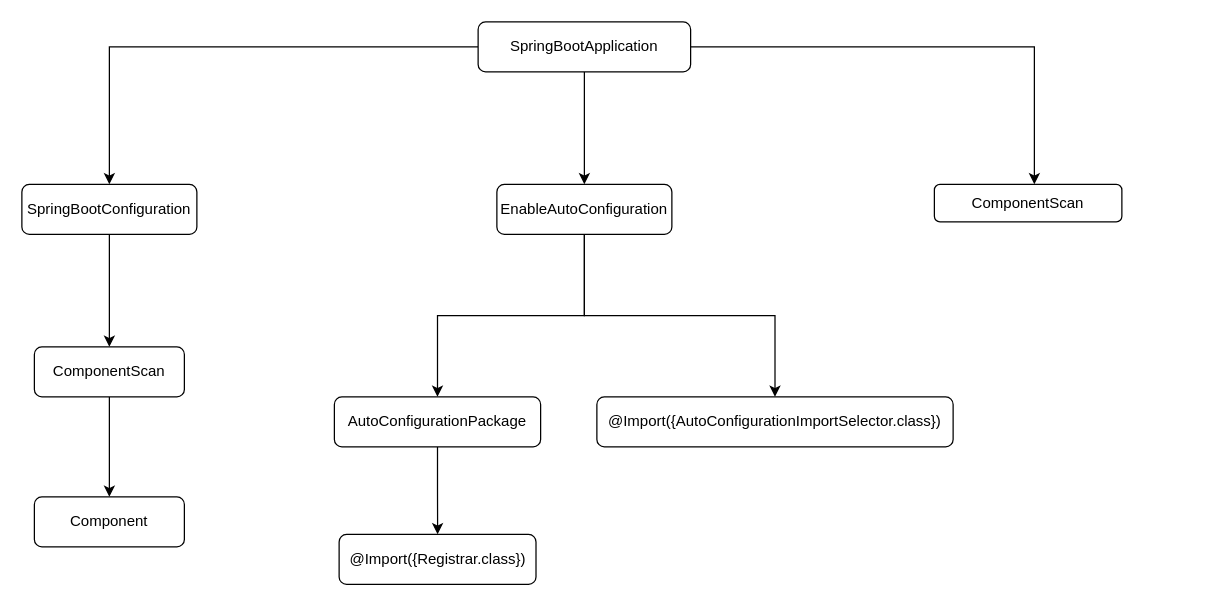
Before: learn-springboot/springBoot.drawio in chasdream/Java_learning, a draw.io diagram. Source tidied: cells renumbered, new cells numbered last; positions are measured from the earlier drawing's top-left corner, leaving out a move shared by most shapes. Both pictures are drawn from the tidied source at 125%, with x=0, y=0 at pixel (21, 21).
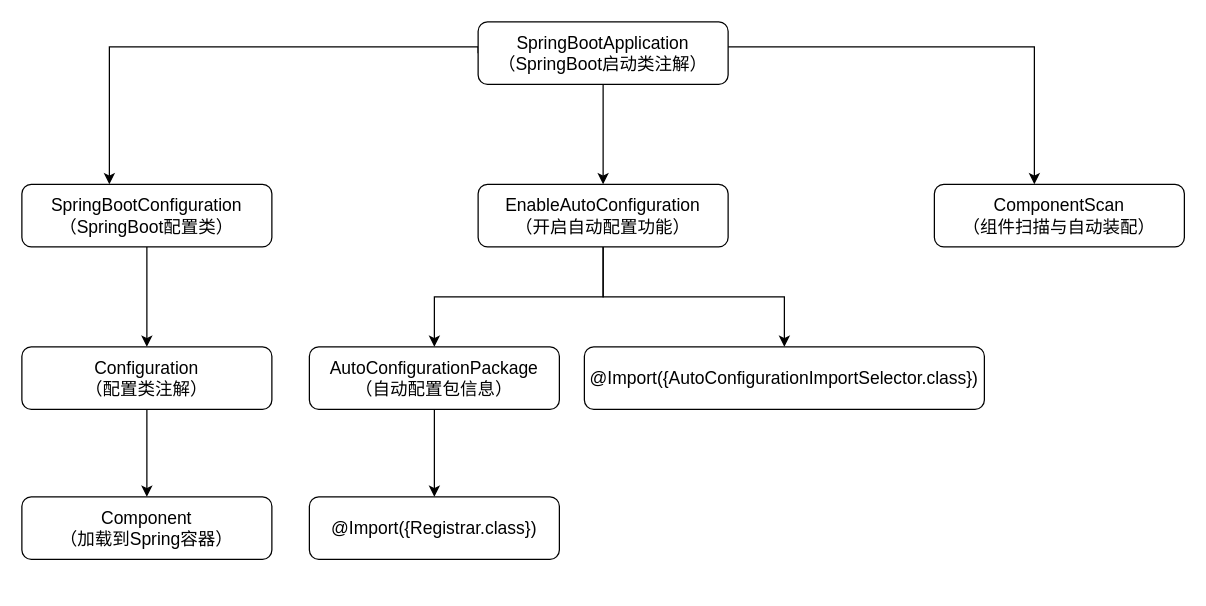
After the change.

What changed in the source:
```diff
@@
-    <mxCell id="5" value="SpringBootApplication" style="rounded=1;whiteSpace=wrap;html=1;" parent="1" vertex="1">
-      <mxGeometry x="365" width="170" height="40" as="geometry" />
+    <mxCell id="5" value="SpringBootApplication&lt;br&gt;（SpringBoot启动类注解）" style="rounded=1;whiteSpace=wrap;html=1;fontSize=14;" parent="1" vertex="1">
+      <mxGeometry x="365" width="200" height="50" as="geometry" />
     </mxCell>
@@
-    <mxCell id="7" value="SpringBootConfiguration" style="whiteSpace=wrap;html=1;rounded=1;" parent="1" vertex="1">
-      <mxGeometry y="130" width="140" height="40" as="geometry" />
+    <mxCell id="7" value="SpringBootConfiguration&lt;br&gt;（SpringBoot配置类）" style="whiteSpace=wrap;html=1;rounded=1;fontSize=14;" parent="1" vertex="1">
+      <mxGeometry y="130" width="200" height="50" as="geometry" />
     </mxCell>
@@
-    <mxCell id="10" value="EnableAutoConfiguration" style="whiteSpace=wrap;html=1;rounded=1;" parent="1" vertex="1">
-      <mxGeometry x="380" y="130" width="140" height="40" as="geometry" />
+    <mxCell id="10" value="EnableAutoConfiguration&lt;br&gt;（开启自动配置功能）" style="whiteSpace=wrap;html=1;rounded=1;fontSize=14;" parent="1" vertex="1">
+      <mxGeometry x="365" y="130" width="200" height="50" as="geometry" />
     </mxCell>
-    <mxCell id="11" value="ComponentScan" style="whiteSpace=wrap;html=1;rounded=1;" parent="1" vertex="1">
-      <mxGeometry x="730" y="130" width="150" height="30" as="geometry" />
+    <mxCell id="11" value="ComponentScan&lt;br&gt;（组件扫描与自动装配）" style="whiteSpace=wrap;html=1;rounded=1;fontSize=14;" parent="1" vertex="1">
+      <mxGeometry x="730" y="130" width="200" height="50" as="geometry" />
     </mxCell>
@@
-    <mxCell id="13" value="ComponentScan" style="whiteSpace=wrap;html=1;rounded=1;" parent="1" vertex="1">
-      <mxGeometry x="10" y="260" width="120" height="40" as="geometry" />
+    <mxCell id="13" value="Configuration&lt;br&gt;（配置类注解）" style="whiteSpace=wrap;html=1;rounded=1;fontSize=14;" parent="1" vertex="1">
+      <mxGeometry y="260" width="200" height="50" as="geometry" />
     </mxCell>
-    <mxCell id="14" value="Component" style="whiteSpace=wrap;html=1;rounded=1;" parent="1" vertex="1">
-      <mxGeometry x="10" y="380" width="120" height="40" as="geometry" />
+    <mxCell id="14" value="Component&lt;br&gt;（加载到Spring容器）" style="whiteSpace=wrap;html=1;rounded=1;fontSize=14;" parent="1" vertex="1">
+      <mxGeometry y="380" width="200" height="50" as="geometry" />
     </mxCell>
@@
-    <mxCell id="16" value="AutoConfigurationPackage" style="whiteSpace=wrap;html=1;rounded=1;" parent="1" vertex="1">
-      <mxGeometry x="250" y="300" width="165" height="40" as="geometry" />
+    <mxCell id="16" value="AutoConfigurationPackage&lt;br&gt;（自动配置包信息）" style="whiteSpace=wrap;html=1;rounded=1;fontSize=14;" parent="1" vertex="1">
+      <mxGeometry x="230" y="260" width="200" height="50" as="geometry" />
     </mxCell>
-    <mxCell id="17" value="@Import({AutoConfigurationImportSelector.class})" style="whiteSpace=wrap;html=1;rounded=1;" parent="1" vertex="1">
-      <mxGeometry x="460" y="300" width="285" height="40" as="geometry" />
+    <mxCell id="17" value="@Import({AutoConfigurationImportSelector.class})" style="whiteSpace=wrap;html=1;rounded=1;fontSize=14;" parent="1" vertex="1">
+      <mxGeometry x="450" y="260" width="320" height="50" as="geometry" />
     </mxCell>
-    <mxCell id="18" value="@Import({Registrar.class})" style="whiteSpace=wrap;html=1;rounded=1;" parent="1" vertex="1">
-      <mxGeometry x="253.8" y="410" width="157.5" height="40" as="geometry" />
+    <mxCell id="18" value="@Import({Registrar.class})" style="whiteSpace=wrap;html=1;rounded=1;fontSize=14;" parent="1" vertex="1">
+      <mxGeometry x="230" y="380" width="200" height="50" as="geometry" />
     </mxCell>
```
